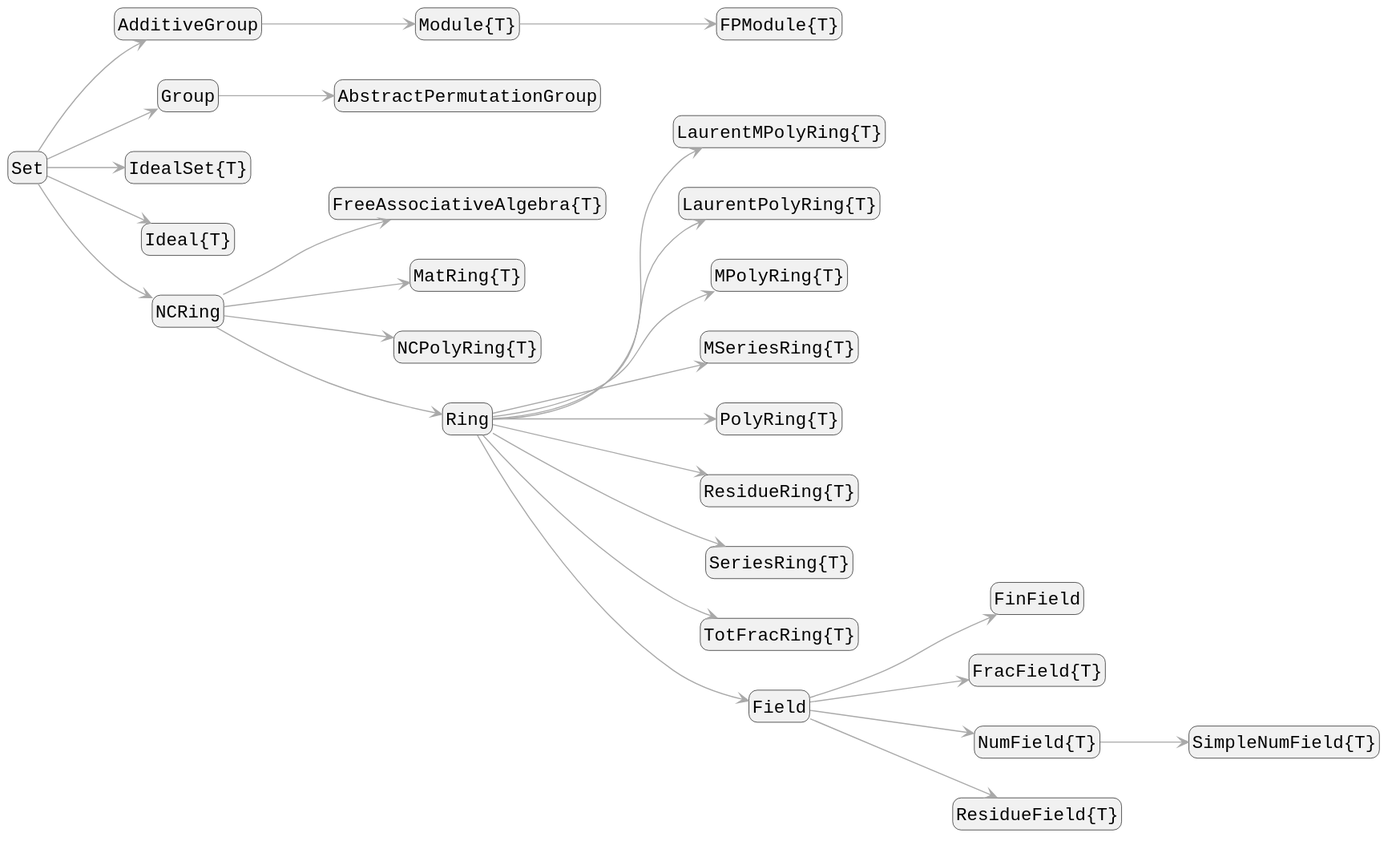
Above: docs/src/assets/parents_diagram.svg in Nemocas/AbstractAlgebra.jl (PlantUML), before the change.
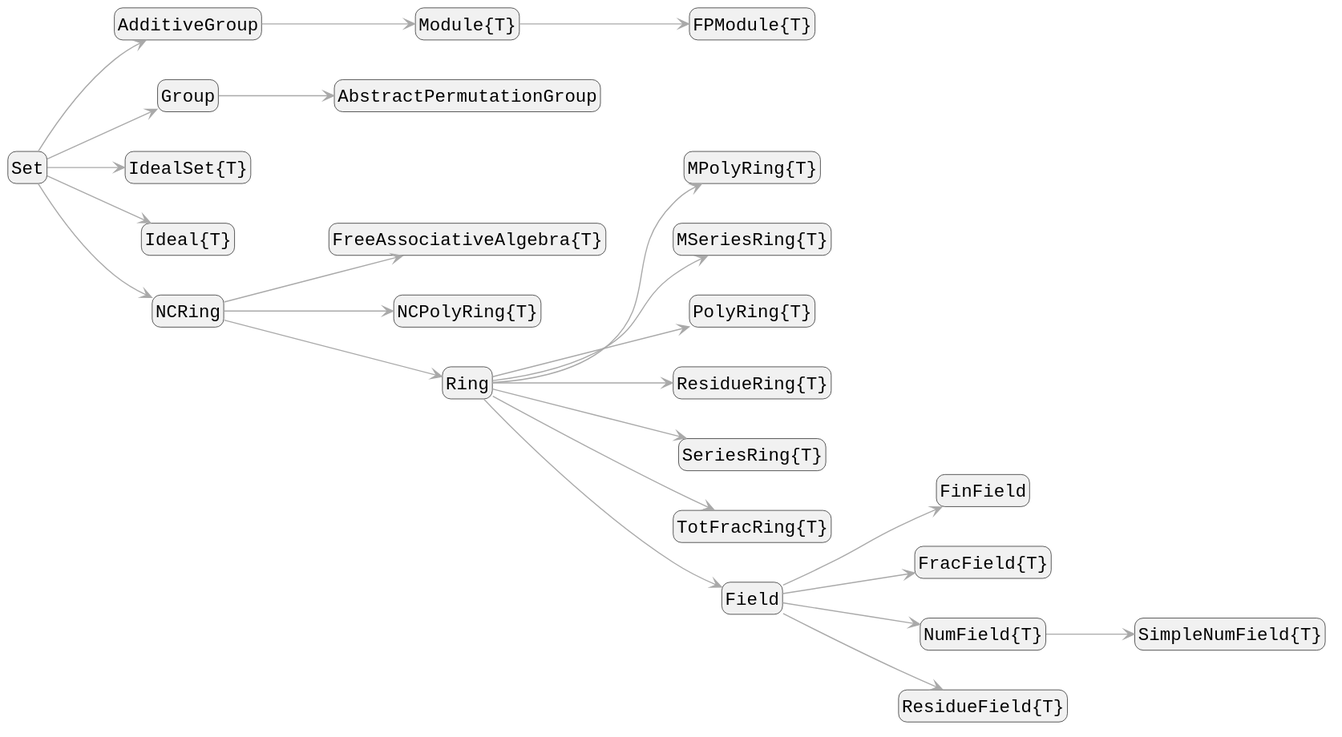
The same file after the commit.

What changed in the source:
```diff
@@ -15,11 +15,8 @@
 "Set" --> "Ideal{T}"
 "Set" --> "NCRing"
 "NCRing" --> "FreeAssociativeAlgebra{T}"
-"NCRing" --> "MatRing{T}"
 "NCRing" --> "NCPolyRing{T}"
 "NCRing" --> "Ring"
-"Ring" --> "LaurentMPolyRing{T}"
-"Ring" --> "LaurentPolyRing{T}"
 "Ring" --> "MPolyRing{T}"
 "Ring" --> "MSeriesRing{T}"
 "Ring" --> "PolyRing{T}"
```
